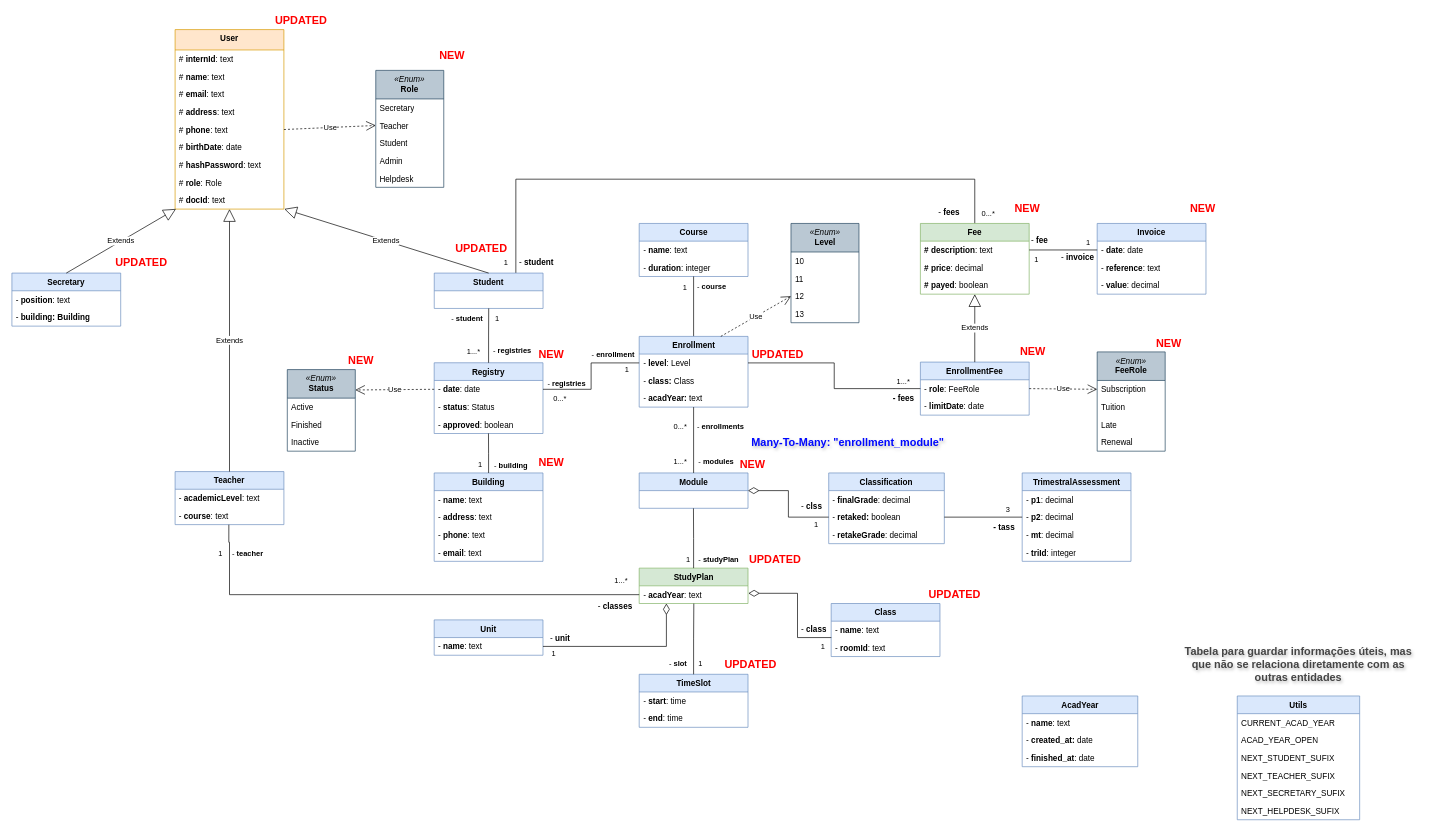
This is editables/data-model.drawio from Joaquim-Claudio/Imptel-Online_P.D.S-2024-2025, a draw.io file, before an edit. Source tidied: cells renumbered, new cells numbered last; positions are measured from the earlier drawing's top-left corner, leaving out a move shared by most shapes. Both pictures are drawn from the tidied source at 68%, with x=0, y=0 at pixel (12, 12).
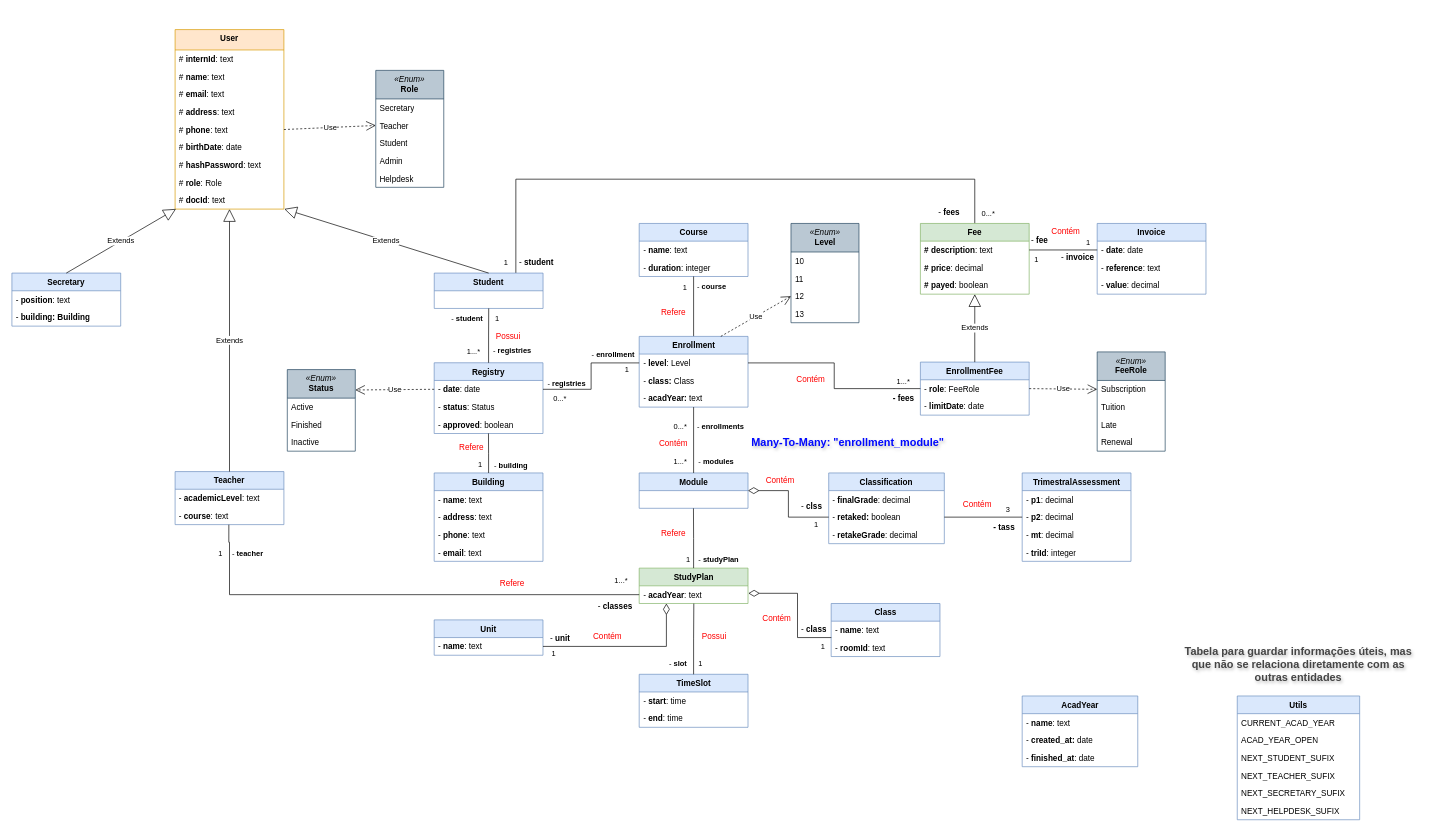
The same page after the edit.

Commit message (it also covers changes not shown here):
Data model updated.

The edit, as a diff of the source:
```diff
@@
-    <mxCell id="135" value="NEW" style="text;align=center;fontStyle=1;verticalAlign=middle;spacingLeft=3;spacingRight=3;html=1;fontColor=#ff0000;fontSize=16;" parent="1" vertex="1">
-      <mxGeometry x="1726" y="276" width="50" height="26" as="geometry" />
-    </mxCell>
-    <mxCell id="136" value="NEW" style="text;align=center;fontStyle=1;verticalAlign=middle;spacingLeft=3;spacingRight=3;html=1;fontColor=#ff0000;fontSize=16;" parent="1" vertex="1">
-      <mxGeometry x="1467.7" y="276" width="50" height="26" as="geometry" />
-    </mxCell>
-    <mxCell id="137" value="NEW" style="text;align=center;fontStyle=1;verticalAlign=middle;spacingLeft=3;spacingRight=3;html=1;fontColor=#ff0000;fontSize=16;" parent="1" vertex="1">
-      <mxGeometry x="1476" y="486" width="50" height="26" as="geometry" />
-    </mxCell>
-    <mxCell id="138" value="UPDATED" style="text;align=center;fontStyle=1;verticalAlign=middle;spacingLeft=3;spacingRight=3;html=1;fontColor=#ff0000;fontSize=16;" parent="1" vertex="1">
-      <mxGeometry x="1086" y="491.1" width="80.3" height="26" as="geometry" />
-    </mxCell>
-    <mxCell id="139" value="UPDATED" style="text;align=center;fontStyle=1;verticalAlign=middle;spacingLeft=3;spacingRight=3;html=1;fontColor=#ff0000;fontSize=16;" parent="1" vertex="1">
-      <mxGeometry x="1346" y="844" width="80.3" height="26" as="geometry" />
-    </mxCell>
-    <mxCell id="140" value="NEW" style="text;align=center;fontStyle=1;verticalAlign=middle;spacingLeft=3;spacingRight=3;html=1;fontColor=#ff0000;fontSize=16;" parent="1" vertex="1">
-      <mxGeometry x="770.8" y="649" width="45.2" height="26" as="geometry" />
-    </mxCell>
-    <mxCell id="141" value="NEW" style="text;align=center;fontStyle=1;verticalAlign=middle;spacingLeft=3;spacingRight=3;html=1;fontColor=#ff0000;fontSize=16;" parent="1" vertex="1">
-      <mxGeometry x="1066" y="652" width="45.2" height="26" as="geometry" />
-    </mxCell>
-    <mxCell id="142" value="NEW" style="text;align=center;fontStyle=1;verticalAlign=middle;spacingLeft=3;spacingRight=3;html=1;fontColor=#ff0000;fontSize=16;" parent="1" vertex="1">
-      <mxGeometry x="770.8" y="491.1" width="45.2" height="26" as="geometry" />
-    </mxCell>
-    <mxCell id="143" value="NEW" style="text;align=center;fontStyle=1;verticalAlign=middle;spacingLeft=3;spacingRight=3;html=1;fontColor=#ff0000;fontSize=16;" parent="1" vertex="1">
-      <mxGeometry x="624.8" y="51" width="45.2" height="26" as="geometry" />
-    </mxCell>
-    <mxCell id="144" value="UPDATED" style="text;align=center;fontStyle=1;verticalAlign=middle;spacingLeft=3;spacingRight=3;html=1;fontColor=#ff0000;fontSize=16;" parent="1" vertex="1">
-      <mxGeometry x="390" width="70" height="26" as="geometry" />
-    </mxCell>
@@
-    <mxCell id="151" value="NEW" style="text;align=center;fontStyle=1;verticalAlign=middle;spacingLeft=3;spacingRight=3;html=1;fontColor=#ff0000;fontSize=16;" parent="1" vertex="1">
-      <mxGeometry x="489.9" y="500" width="45.2" height="26" as="geometry" />
-    </mxCell>
@@
-    <mxCell id="162" value="NEW" style="text;align=center;fontStyle=1;verticalAlign=middle;spacingLeft=3;spacingRight=3;html=1;fontColor=#ff0000;fontSize=16;" parent="1" vertex="1">
-      <mxGeometry x="1676" y="474" width="50" height="26" as="geometry" />
-    </mxCell>
-    <mxCell id="163" value="UPDATED" style="text;align=center;fontStyle=1;verticalAlign=middle;spacingLeft=3;spacingRight=3;html=1;fontColor=#ff0000;fontSize=16;" parent="1" vertex="1">
-      <mxGeometry x="1081.6" y="792" width="80.3" height="26" as="geometry" />
-    </mxCell>
-    <mxCell id="164" value="UPDATED" style="text;align=center;fontStyle=1;verticalAlign=middle;spacingLeft=3;spacingRight=3;html=1;fontColor=#ff0000;fontSize=16;" parent="1" vertex="1">
-      <mxGeometry x="1046" y="946.1" width="80.3" height="26" as="geometry" />
-    </mxCell>
@@
-    <mxCell id="174" value="UPDATED" style="text;align=center;fontStyle=1;verticalAlign=middle;spacingLeft=3;spacingRight=3;html=1;fontColor=#ff0000;fontSize=16;" parent="1" vertex="1">
-      <mxGeometry x="150" y="355.1" width="80.3" height="26" as="geometry" />
-    </mxCell>
-    <mxCell id="175" value="UPDATED" style="text;align=center;fontStyle=1;verticalAlign=middle;spacingLeft=3;spacingRight=3;html=1;fontColor=#ff0000;fontSize=16;" parent="1" vertex="1">
-      <mxGeometry x="649.7" y="334.7" width="80.3" height="26" as="geometry" />
-    </mxCell>
@@
+    <mxCell id="180" value="Contém" style="text;html=1;align=center;verticalAlign=middle;whiteSpace=wrap;rounded=0;fontColor=#FF0000;" parent="1" vertex="1">
+      <mxGeometry x="1144.8" y="526" width="60" height="30" as="geometry" />
+    </mxCell>
+    <mxCell id="181" value="Contém" style="text;html=1;align=center;verticalAlign=middle;whiteSpace=wrap;rounded=0;fontColor=#FF0000;" parent="1" vertex="1">
+      <mxGeometry x="1100" y="674" width="60" height="30" as="geometry" />
+    </mxCell>
+    <mxCell id="182" value="Refere" style="text;html=1;align=center;verticalAlign=middle;whiteSpace=wrap;rounded=0;fontColor=#FF0000;" parent="1" vertex="1">
+      <mxGeometry x="942.5" y="752" width="60" height="30" as="geometry" />
+    </mxCell>
+    <mxCell id="183" value="Contém" style="text;html=1;align=center;verticalAlign=middle;whiteSpace=wrap;rounded=0;fontColor=#FF0000;" parent="1" vertex="1">
+      <mxGeometry x="1390" y="710" width="60" height="30" as="geometry" />
+    </mxCell>
+    <mxCell id="184" value="Refere" style="text;html=1;align=center;verticalAlign=middle;whiteSpace=wrap;rounded=0;fontColor=#FF0000;" parent="1" vertex="1">
+      <mxGeometry x="706" y="826" width="60" height="30" as="geometry" />
+    </mxCell>
+    <mxCell id="185" value="Contém" style="text;html=1;align=center;verticalAlign=middle;whiteSpace=wrap;rounded=0;fontColor=#FF0000;" parent="1" vertex="1">
+      <mxGeometry x="1094.8" y="877.1" width="60" height="30" as="geometry" />
+    </mxCell>
+    <mxCell id="186" value="Contém" style="text;html=1;align=center;verticalAlign=middle;whiteSpace=wrap;rounded=0;fontColor=#FF0000;" parent="1" vertex="1">
+      <mxGeometry x="846" y="903.1" width="60" height="30" as="geometry" />
+    </mxCell>
+    <mxCell id="187" value="Possui" style="text;html=1;align=center;verticalAlign=middle;whiteSpace=wrap;rounded=0;fontColor=#FF0000;" parent="1" vertex="1">
+      <mxGeometry x="1002.5" y="903.1" width="60" height="30" as="geometry" />
+    </mxCell>
+    <mxCell id="188" value="Refere" style="text;html=1;align=center;verticalAlign=middle;whiteSpace=wrap;rounded=0;fontColor=#FF0000;" parent="1" vertex="1">
+      <mxGeometry x="646" y="626" width="60" height="30" as="geometry" />
+    </mxCell>
+    <mxCell id="189" value="Contém" style="text;html=1;align=center;verticalAlign=middle;whiteSpace=wrap;rounded=0;fontColor=#FF0000;" parent="1" vertex="1">
+      <mxGeometry x="942.5" y="620" width="60" height="30" as="geometry" />
+    </mxCell>
+    <mxCell id="190" value="Refere" style="text;html=1;align=center;verticalAlign=middle;whiteSpace=wrap;rounded=0;fontColor=#FF0000;" parent="1" vertex="1">
+      <mxGeometry x="942.5" y="427.1" width="60" height="30" as="geometry" />
+    </mxCell>
+    <mxCell id="191" value="Possui" style="text;html=1;align=center;verticalAlign=middle;whiteSpace=wrap;rounded=0;fontColor=#FF0000;" parent="1" vertex="1">
+      <mxGeometry x="700" y="462.1" width="60" height="30" as="geometry" />
+    </mxCell>
+    <mxCell id="192" value="Contém" style="text;html=1;align=center;verticalAlign=middle;whiteSpace=wrap;rounded=0;fontColor=#FF0000;" parent="1" vertex="1">
+      <mxGeometry x="1520" y="308" width="60" height="30" as="geometry" />
+    </mxCell>
```
